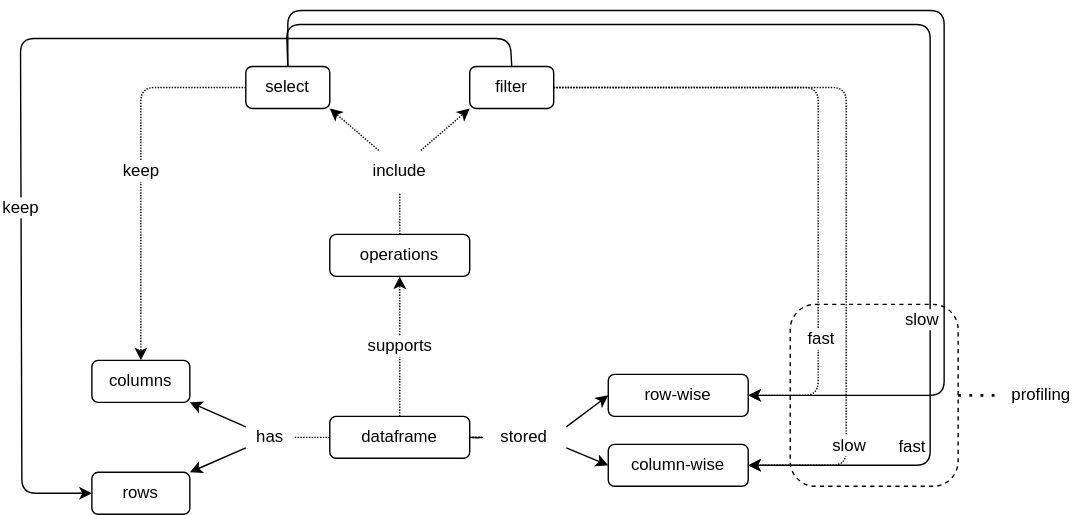
This is sdxpy/perf/concept_map.svg from gvwilson/thirdbit, a draw.io export, as it was before one commit. Source tidied: cells renumbered, new cells last; positions are measured from the earlier drawing's top-left corner, leaving out a move shared by most shapes.
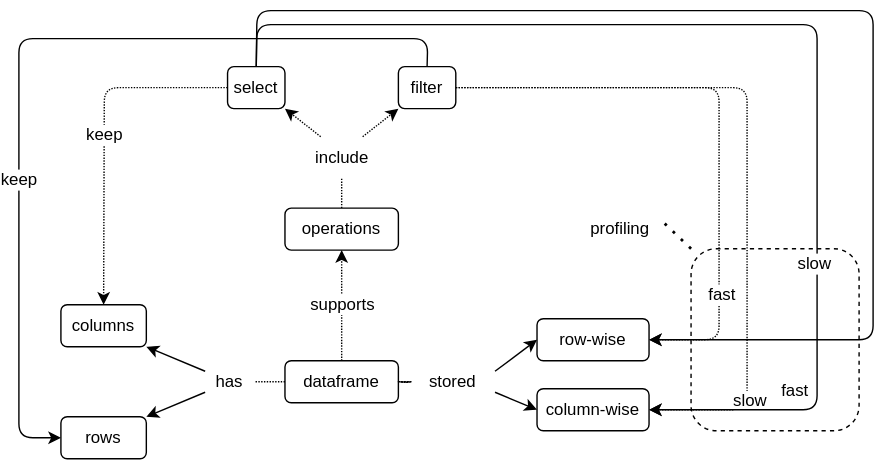
After the commit.

Change to the diagram source:
```diff
@@ -3,45 +3,43 @@
     <mxCell id="0" />
     <mxCell id="1" parent="0" />
     <mxCell id="2" style="rounded=1;whiteSpace=wrap;html=1;hachureGap=4;strokeColor=default;fontFamily=Helvetica;fontSize=12;fillColor=none;dashed=1;" parent="1" vertex="1">
-      <mxGeometry x="550" y="210" width="120" height="130" as="geometry" />
+      <mxGeometry x="501" y="160" width="120" height="130" as="geometry" />
     </mxCell>
     <mxCell id="3" value="dataframe" style="text;html=1;strokeColor=default;fillColor=none;align=center;verticalAlign=middle;whiteSpace=wrap;rounded=1;hachureGap=4;fontFamily=Helvetica;fontSize=12;" parent="1" vertex="1">
-      <mxGeometry x="221" y="290" width="100" height="30" as="geometry" />
+      <mxGeometry x="211" y="240" width="81" height="30" as="geometry" />
     </mxCell>
     <mxCell id="4" value="columns" style="text;html=1;strokeColor=default;fillColor=none;align=center;verticalAlign=middle;whiteSpace=wrap;rounded=1;hachureGap=4;fontFamily=Helvetica;fontSize=12;" parent="1" vertex="1">
-      <mxGeometry x="51" y="250" width="70" height="30" as="geometry" />
+      <mxGeometry x="51" y="200" width="61" height="30" as="geometry" />
     </mxCell>
     <mxCell id="5" value="rows" style="text;html=1;strokeColor=default;fillColor=none;align=center;verticalAlign=middle;whiteSpace=wrap;rounded=1;hachureGap=4;fontFamily=Helvetica;fontSize=12;" parent="1" vertex="1">
-      <mxGeometry x="51" y="330" width="70" height="30" as="geometry" />
+      <mxGeometry x="51" y="280" width="61" height="30" as="geometry" />
     </mxCell>
     <mxCell id="6" value="row-wise" style="text;html=1;strokeColor=default;fillColor=none;align=center;verticalAlign=middle;whiteSpace=wrap;rounded=1;hachureGap=4;fontFamily=Helvetica;fontSize=12;" parent="1" vertex="1">
-      <mxGeometry x="420" y="260" width="100" height="30" as="geometry" />
+      <mxGeometry x="391" y="210" width="80" height="30" as="geometry" />
     </mxCell>
     <mxCell id="7" value="column-wise" style="text;html=1;strokeColor=default;fillColor=none;align=center;verticalAlign=middle;whiteSpace=wrap;rounded=1;hachureGap=4;fontFamily=Helvetica;fontSize=12;" parent="1" vertex="1">
-      <mxGeometry x="420" y="310" width="100" height="30" as="geometry" />
+      <mxGeometry x="391" y="260" width="80" height="30" as="geometry" />
     </mxCell>
     <mxCell id="8" value="operations" style="text;html=1;strokeColor=default;fillColor=none;align=center;verticalAlign=middle;whiteSpace=wrap;rounded=1;hachureGap=4;fontFamily=Helvetica;fontSize=12;" parent="1" vertex="1">
-      <mxGeometry x="221" y="160" width="100" height="30" as="geometry" />
+      <mxGeometry x="211" y="131" width="81" height="30" as="geometry" />
     </mxCell>
     <mxCell id="9" value="filter" style="text;html=1;strokeColor=default;fillColor=none;align=center;verticalAlign=middle;whiteSpace=wrap;rounded=1;hachureGap=4;fontFamily=Helvetica;fontSize=12;" parent="1" vertex="1">
-      <mxGeometry x="321" y="40" width="60" height="30" as="geometry" />
+      <mxGeometry x="292" y="30" width="41" height="30" as="geometry" />
     </mxCell>
     <mxCell id="10" value="select" style="text;html=1;strokeColor=default;fillColor=none;align=center;verticalAlign=middle;whiteSpace=wrap;rounded=1;hachureGap=4;fontFamily=Helvetica;fontSize=12;" parent="1" vertex="1">
-      <mxGeometry x="161" y="40" width="60" height="30" as="geometry" />
+      <mxGeometry x="170" y="30" width="41" height="30" as="geometry" />
     </mxCell>
     <mxCell id="11" value="stored" style="text;html=1;strokeColor=none;fillColor=none;align=center;verticalAlign=middle;whiteSpace=wrap;rounded=0;sketch=1;hachureGap=4;fontFamily=Helvetica;fontSize=12;" parent="1" vertex="1">
-      <mxGeometry x="330" y="290" width="60" height="30" as="geometry" />
+      <mxGeometry x="301" y="240" width="60" height="30" as="geometry" />
     </mxCell>
     <mxCell id="12" value="has" style="text;html=1;strokeColor=none;fillColor=none;align=center;verticalAlign=middle;whiteSpace=wrap;rounded=0;sketch=1;hachureGap=4;fontFamily=Helvetica;fontSize=12;" parent="1" vertex="1">
-      <mxGeometry x="161" y="290" width="35" height="30" as="geometry" />
+      <mxGeometry x="154" y="240" width="35" height="30" as="geometry" />
     </mxCell>
     <mxCell id="13" value="include" style="text;html=1;strokeColor=none;fillColor=none;align=center;verticalAlign=middle;whiteSpace=wrap;rounded=0;sketch=1;hachureGap=4;fontFamily=Helvetica;fontSize=12;" parent="1" vertex="1">
-      <mxGeometry x="241" y="100" width="60" height="30" as="geometry" />
+      <mxGeometry x="221.5" y="80" width="60" height="30" as="geometry" />
     </mxCell>
-    <mxCell id="14" style="endArrow=none;html=1;rounded=1;dashed=1;dashPattern=1 1;hachureGap=4;fontFamily=Helvetica;fontSize=12;startSize=14;endSize=14;sourcePerimeterSpacing=8;targetPerimeterSpacing=8;entryX=0.5;entryY=1;entryDx=0;entryDy=0;exitX=0.5;exitY=0;exitDx=0;exitDy=0;" parent="1" edge="1" source="8">
-      <mxGeometry relative="1" as="geometry">
-        <mxPoint x="271" y="130" as="targetPoint" />
-      </mxGeometry>
+    <mxCell id="14" style="endArrow=none;html=1;rounded=1;dashed=1;dashPattern=1 1;hachureGap=4;fontFamily=Helvetica;fontSize=12;startSize=14;endSize=14;sourcePerimeterSpacing=8;targetPerimeterSpacing=8;exitX=0.5;exitY=0;exitDx=0;exitDy=0;entryX=0.5;entryY=1;entryDx=0;entryDy=0;" parent="1" edge="1" source="8" target="13">
+      <mxGeometry relative="1" as="geometry" />
     </mxCell>
     <mxCell id="15" style="endArrow=classic;html=1;rounded=1;dashed=1;dashPattern=1 1;hachureGap=4;fontFamily=Helvetica;fontSize=12;startSize=6;endSize=6;sourcePerimeterSpacing=0;targetPerimeterSpacing=0;entryX=1;entryY=1;entryDx=0;entryDy=0;exitX=0.25;exitY=0;exitDx=0;exitDy=0;" parent="1" edge="1" source="13" target="10">
       <mxGeometry relative="1" as="geometry" />
@@ -49,7 +47,7 @@
     <mxCell id="16" style="endArrow=classic;html=1;rounded=1;dashed=1;dashPattern=1 1;hachureGap=4;fontFamily=Helvetica;fontSize=12;startSize=6;endSize=6;sourcePerimeterSpacing=0;targetPerimeterSpacing=0;entryX=0;entryY=1;entryDx=0;entryDy=0;exitX=0.75;exitY=0;exitDx=0;exitDy=0;" parent="1" edge="1" source="13" target="9">
       <mxGeometry relative="1" as="geometry" />
     </mxCell>
-    <mxCell id="17" value="supports" style="endArrow=classic;html=1;rounded=1;dashed=1;dashPattern=1 1;hachureGap=4;fontFamily=Helvetica;fontSize=12;startSize=6;endSize=6;sourcePerimeterSpacing=0;targetPerimeterSpacing=0;entryX=0.5;entryY=1;entryDx=0;entryDy=0;exitX=0.5;exitY=0;exitDx=0;exitDy=0;" parent="1" edge="1" source="3" target="8">
+    <mxCell id="17" value="supports" style="endArrow=classic;html=1;rounded=1;dashed=1;dashPattern=1 1;hachureGap=4;fontFamily=Helvetica;fontSize=12;startSize=6;endSize=6;sourcePerimeterSpacing=0;targetPerimeterSpacing=0;exitX=0.5;exitY=0;exitDx=0;exitDy=0;entryX=0.5;entryY=1;entryDx=0;entryDy=0;" parent="1" edge="1" source="3" target="8">
       <mxGeometry relative="1" as="geometry" />
     </mxCell>
     <mxCell id="18" style="endArrow=none;html=1;rounded=1;dashed=1;dashPattern=1 1;sketch=1;hachureGap=4;fontFamily=Helvetica;fontSize=12;startSize=14;endSize=14;sourcePerimeterSpacing=8;targetPerimeterSpacing=8;entryX=0;entryY=0.5;entryDx=0;entryDy=0;exitX=1;exitY=0.5;exitDx=0;exitDy=0;" parent="1" edge="1" source="3" target="11">
@@ -67,16 +65,16 @@
     <mxCell id="22" value="keep" style="endArrow=classic;html=1;rounded=1;dashed=1;dashPattern=1 1;hachureGap=4;fontFamily=Helvetica;fontSize=12;startSize=6;endSize=6;sourcePerimeterSpacing=0;targetPerimeterSpacing=0;entryX=0.5;entryY=0;entryDx=0;entryDy=0;exitX=0;exitY=0.5;exitDx=0;exitDy=0;" parent="1" edge="1" source="10" target="4">
       <mxGeometry relative="1" as="geometry">
         <Array as="points">
-          <mxPoint x="86" y="55" />
+          <mxPoint x="82" y="45" />
         </Array>
       </mxGeometry>
     </mxCell>
     <mxCell id="23" style="endArrow=classic;html=1;rounded=1;hachureGap=4;fontFamily=Helvetica;fontSize=12;startSize=6;endSize=6;sourcePerimeterSpacing=0;targetPerimeterSpacing=0;entryX=0;entryY=0.5;entryDx=0;entryDy=0;exitX=0.5;exitY=0;exitDx=0;exitDy=0;" parent="1" edge="1" source="9" target="5">
       <mxGeometry relative="1" as="geometry">
         <Array as="points">
-          <mxPoint x="350" y="20" />
-          <mxPoint y="20" />
-          <mxPoint x="1" y="345" />
+          <mxPoint x="313" y="10" />
+          <mxPoint x="21" y="10" />
+          <mxPoint x="21" y="295" />
         </Array>
       </mxGeometry>
     </mxCell>
@@ -86,8 +84,8 @@
     <mxCell id="25" style="endArrow=classic;html=1;rounded=1;dashed=1;dashPattern=1 1;hachureGap=4;fontFamily=Helvetica;fontSize=12;startSize=6;endSize=6;sourcePerimeterSpacing=0;targetPerimeterSpacing=0;exitX=1;exitY=0.5;exitDx=0;exitDy=0;entryX=1;entryY=0.5;entryDx=0;entryDy=0;" parent="1" edge="1" source="9" target="7">
       <mxGeometry relative="1" as="geometry">
         <Array as="points">
-          <mxPoint x="590" y="55" />
-          <mxPoint x="590" y="325" />
+          <mxPoint x="541" y="45" />
+          <mxPoint x="541" y="275" />
         </Array>
       </mxGeometry>
     </mxCell>
@@ -99,8 +97,8 @@
     <mxCell id="27" style="endArrow=classic;html=1;rounded=1;dashed=1;dashPattern=1 1;hachureGap=4;fontFamily=Helvetica;fontSize=12;startSize=6;endSize=6;sourcePerimeterSpacing=0;targetPerimeterSpacing=0;exitX=1;exitY=0.5;exitDx=0;exitDy=0;entryX=1;entryY=0.5;entryDx=0;entryDy=0;" parent="1" edge="1" source="9" target="6">
       <mxGeometry relative="1" as="geometry">
         <Array as="points">
-          <mxPoint x="570" y="55" />
-          <mxPoint x="570" y="275" />
+          <mxPoint x="521" y="45" />
+          <mxPoint x="521" y="225" />
         </Array>
       </mxGeometry>
     </mxCell>
@@ -110,9 +108,9 @@
     <mxCell id="29" style="endArrow=classic;html=1;rounded=1;hachureGap=4;fontFamily=Helvetica;fontSize=12;startSize=6;endSize=6;sourcePerimeterSpacing=0;targetPerimeterSpacing=0;exitX=0.5;exitY=0;exitDx=0;exitDy=0;entryX=1;entryY=0.5;entryDx=0;entryDy=0;" parent="1" edge="1" source="10" target="7">
       <mxGeometry relative="1" as="geometry">
         <Array as="points">
-          <mxPoint x="190" y="10" />
-          <mxPoint x="650" y="10" />
-          <mxPoint x="650" y="325" />
+          <mxPoint x="191" />
+          <mxPoint x="591" />
+          <mxPoint x="591" y="275" />
         </Array>
       </mxGeometry>
     </mxCell>
@@ -121,13 +119,12 @@
         <mxPoint y="-16" as="offset" />
       </mxGeometry>
     </mxCell>
-    <mxCell id="31" style="endArrow=classic;html=1;rounded=1;hachureGap=4;fontFamily=Helvetica;fontSize=12;startSize=6;endSize=6;sourcePerimeterSpacing=0;targetPerimeterSpacing=0;entryX=1;entryY=0.5;entryDx=0;entryDy=0;" parent="1" edge="1" target="6">
+    <mxCell id="31" style="endArrow=classic;html=1;rounded=1;hachureGap=4;fontFamily=Helvetica;fontSize=12;startSize=6;endSize=6;sourcePerimeterSpacing=0;targetPerimeterSpacing=0;entryX=1;entryY=0.5;entryDx=0;entryDy=0;exitX=0.5;exitY=0;exitDx=0;exitDy=0;" parent="1" edge="1" source="10" target="6">
       <mxGeometry relative="1" as="geometry">
-        <mxPoint x="191" y="40" as="sourcePoint" />
         <Array as="points">
-          <mxPoint x="191" />
-          <mxPoint x="660" />
-          <mxPoint x="660" y="275" />
+          <mxPoint x="191" y="-10" />
+          <mxPoint x="631" y="-10" />
+          <mxPoint x="631" y="225" />
         </Array>
       </mxGeometry>
     </mxCell>
@@ -137,10 +134,12 @@
       </mxGeometry>
     </mxCell>
     <mxCell id="33" value="profiling" style="text;html=1;strokeColor=none;fillColor=none;align=center;verticalAlign=middle;whiteSpace=wrap;rounded=0;dashed=1;sketch=1;hachureGap=4;fontFamily=Helvetica;fontSize=12;" parent="1" vertex="1">
-      <mxGeometry x="700" y="260" width="59" height="30" as="geometry" />
+      <mxGeometry x="421" y="131" width="59" height="30" as="geometry" />
     </mxCell>
-    <mxCell id="34" style="endArrow=none;dashed=1;html=1;dashPattern=1 3;strokeWidth=2;rounded=1;hachureGap=4;fontFamily=Helvetica;fontSize=12;startSize=14;endSize=14;sourcePerimeterSpacing=8;targetPerimeterSpacing=8;entryX=0;entryY=0.5;entryDx=0;entryDy=0;exitX=1;exitY=0.5;exitDx=0;exitDy=0;" parent="1" edge="1" source="2" target="33">
-      <mxGeometry relative="1" as="geometry" />
+    <mxCell id="34" style="endArrow=none;dashed=1;html=1;dashPattern=1 3;strokeWidth=2;rounded=1;hachureGap=4;fontFamily=Helvetica;fontSize=12;startSize=14;endSize=14;sourcePerimeterSpacing=8;targetPerimeterSpacing=8;entryX=1;entryY=1;entryDx=0;entryDy=0;exitX=0;exitY=0;exitDx=0;exitDy=0;" parent="1" edge="1" source="2">
+      <mxGeometry relative="1" as="geometry">
+        <mxPoint x="480" y="140" as="targetPoint" />
+      </mxGeometry>
     </mxCell>
     <mxCell id="35" style="endArrow=classic;html=1;rounded=0;entryX=1;entryY=1;entryDx=0;entryDy=0;exitX=0;exitY=0.25;exitDx=0;exitDy=0;" parent="1" edge="1" source="12" target="4">
       <mxGeometry relative="1" as="geometry" />
```
